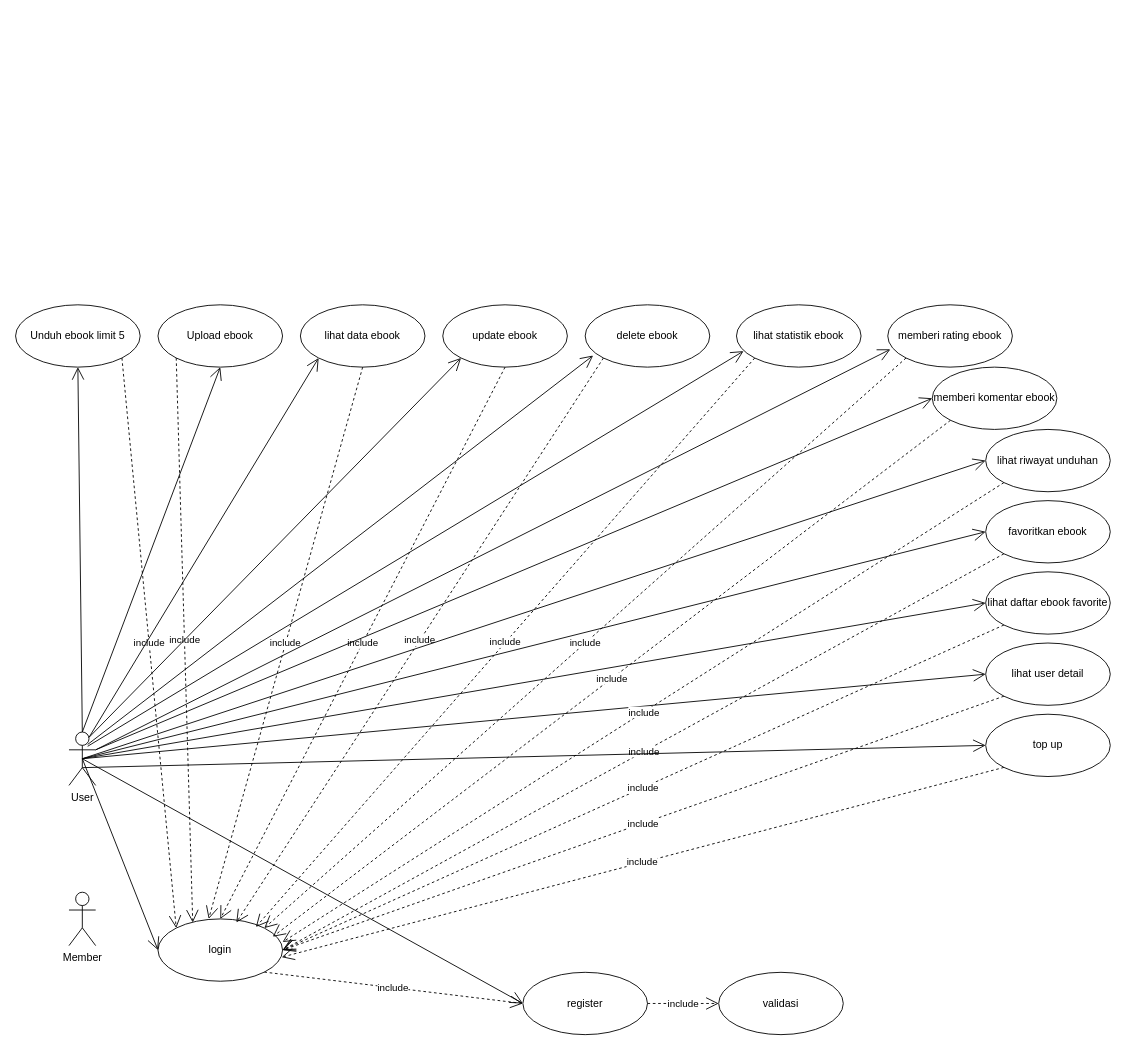
The draw.io diagram Use Case ebshare.drawio in zaenal-abidin-syah/diagram, before the edit. Source tidied: cells renumbered, new cells numbered last; positions are measured from the earlier drawing's top-left corner, leaving out a move shared by most shapes. Both pictures are drawn from the tidied source at 89%, with x=0, y=0 at pixel (15, 304).
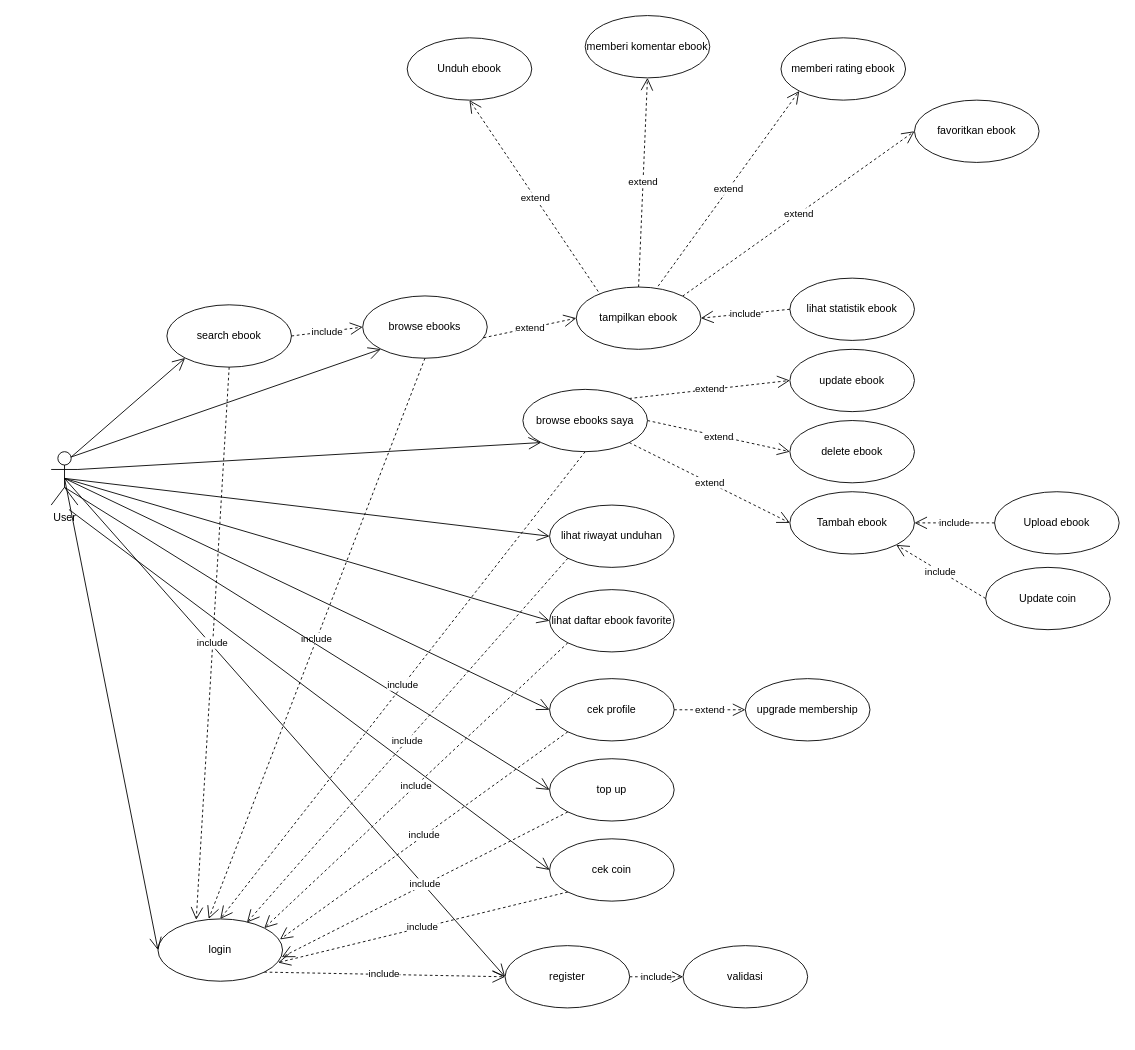
The same diagram, later.

The change refers to these unchanged cells:
```xml
<mxCell id="6" value="login" style="ellipse;whiteSpace=wrap;html=1;" parent="1" vertex="1">
  <mxGeometry x="160" y="690" width="140" height="70" as="geometry" />
</mxCell>
```

Change to the diagram source:
```diff
@@
     <mxCell id="2" value="User" style="shape=umlActor;verticalLabelPosition=bottom;verticalAlign=top;html=1;" parent="1" vertex="1">
-      <mxGeometry x="60" y="480" width="30" height="60" as="geometry" />
+      <mxGeometry x="40" y="165" width="30" height="60" as="geometry" />
     </mxCell>
-    <mxCell id="3" value="Unduh ebook limit 5" style="ellipse;whiteSpace=wrap;html=1;" parent="1" vertex="1">
-      <mxGeometry width="140" height="70" as="geometry" />
+    <mxCell id="3" value="Unduh ebook" style="ellipse;whiteSpace=wrap;html=1;" parent="1" vertex="1">
+      <mxGeometry x="440" y="-300" width="140" height="70" as="geometry" />
     </mxCell>
-    <mxCell id="4" value="Upload&lt;span style=&quot;background-color: initial;&quot;&gt;&amp;nbsp;ebook&lt;/span&gt;" style="ellipse;whiteSpace=wrap;html=1;" parent="1" vertex="1">
-      <mxGeometry x="160" width="140" height="70" as="geometry" />
-    </mxCell>
-    <mxCell id="5" value="Member" style="shape=umlActor;verticalLabelPosition=bottom;verticalAlign=top;html=1;" parent="1" vertex="1">
-      <mxGeometry x="60" y="660" width="30" height="60" as="geometry" />
-    </mxCell>
@@
-    <mxCell id="7" style="endArrow=open;endFill=1;endSize=12;html=1;rounded=0;exitX=0.5;exitY=0;exitDx=0;exitDy=0;exitPerimeter=0;entryX=0.5;entryY=1;entryDx=0;entryDy=0;" parent="1" edge="1" source="2" target="3">
-      <mxGeometry relative="1" as="geometry" />
-    </mxCell>
     <mxCell id="8" value="register" style="ellipse;whiteSpace=wrap;html=1;" parent="1" vertex="1">
-      <mxGeometry x="570" y="750" width="140" height="70" as="geometry" />
+      <mxGeometry x="550" y="720" width="140" height="70" as="geometry" />
     </mxCell>
@@
-    <mxCell id="11" value="include" style="endArrow=open;endSize=12;dashed=1;html=1;rounded=0;exitX=1;exitY=1;exitDx=0;exitDy=0;entryX=0;entryY=0;entryDx=0;entryDy=0;" parent="1" edge="1" source="3" target="6">
-      <mxGeometry relative="1" as="geometry" />
-    </mxCell>
-    <mxCell id="12" style="endArrow=open;endFill=1;endSize=12;html=1;rounded=0;exitX=0.5;exitY=0;exitDx=0;exitDy=0;exitPerimeter=0;entryX=0.5;entryY=1;entryDx=0;entryDy=0;" parent="1" edge="1" source="2" target="4">
-      <mxGeometry relative="1" as="geometry" />
-    </mxCell>
-    <mxCell id="13" value="include" style="endArrow=open;endSize=12;dashed=1;html=1;rounded=0;exitX=0;exitY=1;exitDx=0;exitDy=0;entryX=0.279;entryY=0.057;entryDx=0;entryDy=0;entryPerimeter=0;" parent="1" edge="1" source="4" target="6">
-      <mxGeometry relative="1" as="geometry" />
-    </mxCell>
@@
     <mxCell id="15" value="validasi" style="ellipse;whiteSpace=wrap;html=1;" parent="1" vertex="1">
-      <mxGeometry x="790" y="750" width="140" height="70" as="geometry" />
+      <mxGeometry x="750" y="720" width="140" height="70" as="geometry" />
     </mxCell>
@@
-    <mxCell id="17" value="lihat data ebook" style="ellipse;whiteSpace=wrap;html=1;" parent="1" vertex="1">
-      <mxGeometry x="320" width="140" height="70" as="geometry" />
+    <mxCell id="17" value="browse ebooks" style="ellipse;whiteSpace=wrap;html=1;" parent="1" vertex="1">
+      <mxGeometry x="390" y="-10" width="140" height="70" as="geometry" />
     </mxCell>
@@
-    <mxCell id="20" value="lihat user detail" style="ellipse;whiteSpace=wrap;html=1;" parent="1" vertex="1">
-      <mxGeometry x="1090" y="380" width="140" height="70" as="geometry" />
+    <mxCell id="20" value="cek profile" style="ellipse;whiteSpace=wrap;html=1;" parent="1" vertex="1">
+      <mxGeometry x="600" y="420" width="140" height="70" as="geometry" />
     </mxCell>
@@
-    <mxCell id="22" value="include" style="endArrow=open;endSize=12;dashed=1;html=1;rounded=0;exitX=0;exitY=1;exitDx=0;exitDy=0;entryX=1;entryY=0.5;entryDx=0;entryDy=0;" parent="1" edge="1" source="20" target="6">
+    <mxCell id="22" value="include" style="endArrow=open;endSize=12;dashed=1;html=1;rounded=0;exitX=0;exitY=1;exitDx=0;exitDy=0;entryX=0.979;entryY=0.329;entryDx=0;entryDy=0;entryPerimeter=0;" parent="1" edge="1" source="20" target="6">
       <mxGeometry relative="1" as="geometry" />
     </mxCell>
     <mxCell id="23" value="update ebook" style="ellipse;whiteSpace=wrap;html=1;" parent="1" vertex="1">
-      <mxGeometry x="480" width="140" height="70" as="geometry" />
+      <mxGeometry x="870" y="50" width="140" height="70" as="geometry" />
     </mxCell>
-    <mxCell id="24" style="endArrow=open;endFill=1;endSize=12;html=1;rounded=0;entryX=0;entryY=1;entryDx=0;entryDy=0;exitX=0.75;exitY=0.1;exitDx=0;exitDy=0;exitPerimeter=0;" parent="1" edge="1" source="2" target="23">
-      <mxGeometry relative="1" as="geometry" />
-    </mxCell>
-    <mxCell id="25" value="include" style="endArrow=open;endSize=12;dashed=1;html=1;rounded=0;exitX=0.5;exitY=1;exitDx=0;exitDy=0;entryX=0.5;entryY=0;entryDx=0;entryDy=0;" parent="1" edge="1" source="23" target="6">
-      <mxGeometry relative="1" as="geometry" />
-    </mxCell>
     <mxCell id="26" value="delete ebook" style="ellipse;whiteSpace=wrap;html=1;" parent="1" vertex="1">
-      <mxGeometry x="640" width="140" height="70" as="geometry" />
+      <mxGeometry x="870" y="130" width="140" height="70" as="geometry" />
     </mxCell>
-    <mxCell id="27" style="endArrow=open;endFill=1;endSize=12;html=1;rounded=0;entryX=0.064;entryY=0.814;entryDx=0;entryDy=0;exitX=0.7;exitY=0.233;exitDx=0;exitDy=0;exitPerimeter=0;entryPerimeter=0;" parent="1" edge="1" source="2" target="26">
-      <mxGeometry relative="1" as="geometry" />
-    </mxCell>
-    <mxCell id="28" value="include" style="endArrow=open;endSize=12;dashed=1;html=1;rounded=0;exitX=0;exitY=1;exitDx=0;exitDy=0;entryX=0.629;entryY=0.057;entryDx=0;entryDy=0;entryPerimeter=0;" parent="1" edge="1" source="26" target="6">
-      <mxGeometry relative="1" as="geometry" />
-    </mxCell>
     <mxCell id="29" value="lihat statistik ebook" style="ellipse;whiteSpace=wrap;html=1;" parent="1" vertex="1">
-      <mxGeometry x="810" width="140" height="70" as="geometry" />
+      <mxGeometry x="870" y="-30" width="140" height="70" as="geometry" />
     </mxCell>
-    <mxCell id="30" style="endArrow=open;endFill=1;endSize=12;html=1;rounded=0;entryX=0.057;entryY=0.743;entryDx=0;entryDy=0;exitX=0.7;exitY=0.267;exitDx=0;exitDy=0;exitPerimeter=0;entryPerimeter=0;" parent="1" edge="1" source="2" target="29">
-      <mxGeometry relative="1" as="geometry" />
-    </mxCell>
-    <mxCell id="31" value="include" style="endArrow=open;endSize=12;dashed=1;html=1;rounded=0;exitX=0;exitY=1;exitDx=0;exitDy=0;entryX=0.786;entryY=0.129;entryDx=0;entryDy=0;entryPerimeter=0;" parent="1" edge="1" source="29" target="6">
-      <mxGeometry relative="1" as="geometry" />
-    </mxCell>
     <mxCell id="32" value="memberi rating ebook" style="ellipse;whiteSpace=wrap;html=1;" parent="1" vertex="1">
-      <mxGeometry x="980" width="140" height="70" as="geometry" />
+      <mxGeometry x="860" y="-300" width="140" height="70" as="geometry" />
     </mxCell>
-    <mxCell id="33" style="endArrow=open;endFill=1;endSize=12;html=1;rounded=0;entryX=0.021;entryY=0.714;entryDx=0;entryDy=0;exitX=1;exitY=0.3333333333333333;exitDx=0;exitDy=0;exitPerimeter=0;entryPerimeter=0;" parent="1" edge="1" source="2" target="32">
-      <mxGeometry relative="1" as="geometry" />
-    </mxCell>
-    <mxCell id="34" value="include" style="endArrow=open;endSize=12;dashed=1;html=1;rounded=0;exitX=0;exitY=1;exitDx=0;exitDy=0;entryX=1;entryY=0;entryDx=0;entryDy=0;" parent="1" edge="1" source="32" target="6">
-      <mxGeometry relative="1" as="geometry" />
-    </mxCell>
     <mxCell id="35" value="lihat riwayat unduhan" style="ellipse;whiteSpace=wrap;html=1;" parent="1" vertex="1">
-      <mxGeometry x="1090" y="140" width="140" height="70" as="geometry" />
+      <mxGeometry x="600" y="225" width="140" height="70" as="geometry" />
     </mxCell>
@@
-    <mxCell id="37" value="include" style="endArrow=open;endSize=12;dashed=1;html=1;rounded=0;exitX=0;exitY=1;exitDx=0;exitDy=0;entryX=1;entryY=0.371;entryDx=0;entryDy=0;entryPerimeter=0;" parent="1" edge="1" source="35" target="6">
+    <mxCell id="37" value="include" style="endArrow=open;endSize=12;dashed=1;html=1;rounded=0;exitX=0;exitY=1;exitDx=0;exitDy=0;entryX=0.714;entryY=0.057;entryDx=0;entryDy=0;entryPerimeter=0;" parent="1" edge="1" source="35" target="6">
       <mxGeometry relative="1" as="geometry" />
     </mxCell>
     <mxCell id="38" value="memberi komentar ebook" style="ellipse;whiteSpace=wrap;html=1;" parent="1" vertex="1">
-      <mxGeometry x="1030" y="70" width="140" height="70" as="geometry" />
+      <mxGeometry x="640" y="-325" width="140" height="70" as="geometry" />
     </mxCell>
-    <mxCell id="39" style="endArrow=open;endFill=1;endSize=12;html=1;rounded=0;entryX=0;entryY=0.5;entryDx=0;entryDy=0;" parent="1" edge="1" target="38">
-      <mxGeometry relative="1" as="geometry">
-        <mxPoint x="90" y="500" as="sourcePoint" />
-      </mxGeometry>
-    </mxCell>
-    <mxCell id="40" value="include" style="endArrow=open;endSize=12;dashed=1;html=1;rounded=0;exitX=0;exitY=1;exitDx=0;exitDy=0;entryX=1;entryY=0;entryDx=0;entryDy=0;" parent="1" edge="1" source="38">
-      <mxGeometry relative="1" as="geometry">
-        <mxPoint x="289" y="710" as="targetPoint" />
-      </mxGeometry>
-    </mxCell>
     <mxCell id="41" value="favoritkan ebook" style="ellipse;whiteSpace=wrap;html=1;" parent="1" vertex="1">
-      <mxGeometry x="1090" y="220" width="140" height="70" as="geometry" />
+      <mxGeometry x="1010" y="-230" width="140" height="70" as="geometry" />
     </mxCell>
-    <mxCell id="42" style="endArrow=open;endFill=1;endSize=12;html=1;rounded=0;entryX=0;entryY=0.5;entryDx=0;entryDy=0;exitX=0.5;exitY=0.5;exitDx=0;exitDy=0;exitPerimeter=0;" parent="1" edge="1" source="2" target="41">
-      <mxGeometry relative="1" as="geometry" />
-    </mxCell>
-    <mxCell id="43" value="include" style="endArrow=open;endSize=12;dashed=1;html=1;rounded=0;exitX=0;exitY=1;exitDx=0;exitDy=0;entryX=1;entryY=0.5;entryDx=0;entryDy=0;" parent="1" edge="1" source="41" target="6">
-      <mxGeometry relative="1" as="geometry" />
-    </mxCell>
     <mxCell id="44" value="lihat daftar ebook favorite" style="ellipse;whiteSpace=wrap;html=1;" parent="1" vertex="1">
-      <mxGeometry x="1090" y="300" width="140" height="70" as="geometry" />
+      <mxGeometry x="600" y="320" width="140" height="70" as="geometry" />
     </mxCell>
@@
-    <mxCell id="46" value="include" style="endArrow=open;endSize=12;dashed=1;html=1;rounded=0;exitX=0;exitY=1;exitDx=0;exitDy=0;entryX=1;entryY=0.5;entryDx=0;entryDy=0;" parent="1" edge="1" source="44" target="6">
+    <mxCell id="46" value="include" style="endArrow=open;endSize=12;dashed=1;html=1;rounded=0;exitX=0;exitY=1;exitDx=0;exitDy=0;entryX=1;entryY=0;entryDx=0;entryDy=0;" parent="1" edge="1" source="44" target="6">
       <mxGeometry relative="1" as="geometry" />
     </mxCell>
     <mxCell id="47" value="top up" style="ellipse;whiteSpace=wrap;html=1;" parent="1" vertex="1">
-      <mxGeometry x="1090" y="460" width="140" height="70" as="geometry" />
+      <mxGeometry x="600" y="510" width="140" height="70" as="geometry" />
     </mxCell>
@@
+    <mxCell id="50" value="search ebook" style="ellipse;whiteSpace=wrap;html=1;" parent="1" vertex="1">
+      <mxGeometry x="170" width="140" height="70" as="geometry" />
+    </mxCell>
+    <mxCell id="51" style="endArrow=open;endFill=1;endSize=12;html=1;rounded=0;exitX=0.75;exitY=0.1;exitDx=0;exitDy=0;exitPerimeter=0;entryX=0;entryY=1;entryDx=0;entryDy=0;" parent="1" edge="1" source="2" target="50">
+      <mxGeometry relative="1" as="geometry" />
+    </mxCell>
+    <mxCell id="52" value="include" style="endArrow=open;endSize=12;dashed=1;html=1;rounded=0;exitX=0.5;exitY=1;exitDx=0;exitDy=0;entryX=0.307;entryY=0.014;entryDx=0;entryDy=0;entryPerimeter=0;" parent="1" edge="1" source="50" target="6">
+      <mxGeometry relative="1" as="geometry" />
+    </mxCell>
+    <mxCell id="53" value="extend" style="endArrow=open;endSize=12;dashed=1;html=1;rounded=0;exitX=0.2;exitY=0.143;exitDx=0;exitDy=0;entryX=0.5;entryY=1;entryDx=0;entryDy=0;exitPerimeter=0;" parent="1" edge="1" source="66" target="3">
+      <mxGeometry relative="1" as="geometry" />
+    </mxCell>
+    <mxCell id="54" value="extend" style="endArrow=open;endSize=12;dashed=1;html=1;rounded=0;exitX=0.5;exitY=0;exitDx=0;exitDy=0;entryX=0.5;entryY=1;entryDx=0;entryDy=0;" parent="1" edge="1" source="66" target="38">
+      <mxGeometry relative="1" as="geometry" />
+    </mxCell>
+    <mxCell id="55" value="extend" style="endArrow=open;endSize=12;dashed=1;html=1;rounded=0;entryX=0;entryY=1;entryDx=0;entryDy=0;exitX=0.657;exitY=-0.014;exitDx=0;exitDy=0;exitPerimeter=0;" parent="1" edge="1" source="66" target="32">
+      <mxGeometry relative="1" as="geometry" />
+    </mxCell>
+    <mxCell id="56" value="extend" style="endArrow=open;endSize=12;dashed=1;html=1;rounded=0;entryX=0;entryY=0.5;entryDx=0;entryDy=0;exitX=1;exitY=0;exitDx=0;exitDy=0;" parent="1" edge="1" source="61" target="23">
+      <mxGeometry relative="1" as="geometry" />
+    </mxCell>
+    <mxCell id="57" value="extend" style="endArrow=open;endSize=12;dashed=1;html=1;rounded=0;entryX=0;entryY=0.5;entryDx=0;entryDy=0;exitX=1;exitY=0.5;exitDx=0;exitDy=0;" parent="1" edge="1" source="61" target="26">
+      <mxGeometry relative="1" as="geometry" />
+    </mxCell>
+    <mxCell id="58" value="include" style="endArrow=open;endSize=12;dashed=1;html=1;rounded=0;exitX=1;exitY=0.5;exitDx=0;exitDy=0;entryX=0;entryY=0.5;entryDx=0;entryDy=0;" parent="1" edge="1" source="50" target="17">
+      <mxGeometry relative="1" as="geometry" />
+    </mxCell>
+    <mxCell id="59" value="include" style="endArrow=open;endSize=12;dashed=1;html=1;rounded=0;exitX=0;exitY=0.5;exitDx=0;exitDy=0;entryX=1;entryY=0.5;entryDx=0;entryDy=0;" parent="1" edge="1" source="29" target="66">
+      <mxGeometry relative="1" as="geometry" />
+    </mxCell>
+    <mxCell id="60" value="extend" style="endArrow=open;endSize=12;dashed=1;html=1;rounded=0;entryX=0;entryY=0.5;entryDx=0;entryDy=0;exitX=1;exitY=0;exitDx=0;exitDy=0;" parent="1" edge="1" source="66" target="41">
+      <mxGeometry relative="1" as="geometry" />
+    </mxCell>
+    <mxCell id="61" value="browse ebooks saya" style="ellipse;whiteSpace=wrap;html=1;" parent="1" vertex="1">
+      <mxGeometry x="570" y="95" width="140" height="70" as="geometry" />
+    </mxCell>
+    <mxCell id="62" style="endArrow=open;endFill=1;endSize=12;html=1;rounded=0;entryX=0;entryY=1;entryDx=0;entryDy=0;exitX=1;exitY=0.3333333333333333;exitDx=0;exitDy=0;exitPerimeter=0;" parent="1" edge="1" source="2" target="61">
+      <mxGeometry relative="1" as="geometry" />
+    </mxCell>
+    <mxCell id="25" value="include" style="endArrow=open;endSize=12;dashed=1;html=1;rounded=0;exitX=0.5;exitY=1;exitDx=0;exitDy=0;entryX=0.5;entryY=0;entryDx=0;entryDy=0;" parent="1" edge="1" source="61" target="6">
+      <mxGeometry relative="1" as="geometry" />
+    </mxCell>
+    <mxCell id="63" value="Tambah ebook" style="ellipse;whiteSpace=wrap;html=1;" parent="1" vertex="1">
+      <mxGeometry x="870" y="210" width="140" height="70" as="geometry" />
+    </mxCell>
+    <mxCell id="64" value="extend" style="endArrow=open;endSize=12;dashed=1;html=1;rounded=0;entryX=0;entryY=0.5;entryDx=0;entryDy=0;exitX=1;exitY=1;exitDx=0;exitDy=0;" parent="1" edge="1" source="61" target="63">
+      <mxGeometry relative="1" as="geometry" />
+    </mxCell>
+    <mxCell id="4" value="Upload ebook" style="ellipse;whiteSpace=wrap;html=1;" parent="1" vertex="1">
+      <mxGeometry x="1100" y="210" width="140" height="70" as="geometry" />
+    </mxCell>
+    <mxCell id="65" value="include" style="endArrow=open;endSize=12;dashed=1;html=1;rounded=0;entryX=1;entryY=0.5;entryDx=0;entryDy=0;exitX=0;exitY=0.5;exitDx=0;exitDy=0;" parent="1" edge="1" source="4" target="63">
+      <mxGeometry relative="1" as="geometry" />
+    </mxCell>
+    <mxCell id="66" value="tampilkan ebook" style="ellipse;whiteSpace=wrap;html=1;" parent="1" vertex="1">
+      <mxGeometry x="630" y="-20" width="140" height="70" as="geometry" />
+    </mxCell>
+    <mxCell id="67" value="extend" style="endArrow=open;endSize=12;dashed=1;html=1;rounded=0;entryX=0;entryY=0.5;entryDx=0;entryDy=0;exitX=0.971;exitY=0.671;exitDx=0;exitDy=0;exitPerimeter=0;" parent="1" edge="1" source="17" target="66">
+      <mxGeometry relative="1" as="geometry" />
+    </mxCell>
+    <mxCell id="68" value="upgrade membership" style="ellipse;whiteSpace=wrap;html=1;" parent="1" vertex="1">
+      <mxGeometry x="820" y="420" width="140" height="70" as="geometry" />
+    </mxCell>
+    <mxCell id="69" value="Update coin" style="ellipse;whiteSpace=wrap;html=1;" parent="1" vertex="1">
+      <mxGeometry x="1090" y="295" width="140" height="70" as="geometry" />
+    </mxCell>
+    <mxCell id="70" value="include" style="endArrow=open;endSize=12;dashed=1;html=1;rounded=0;entryX=1;entryY=1;entryDx=0;entryDy=0;exitX=0;exitY=0.5;exitDx=0;exitDy=0;" parent="1" edge="1" source="69" target="63">
+      <mxGeometry relative="1" as="geometry" />
+    </mxCell>
+    <mxCell id="71" value="extend" style="endArrow=open;endSize=12;dashed=1;html=1;rounded=0;entryX=0;entryY=0.5;entryDx=0;entryDy=0;exitX=1;exitY=0.5;exitDx=0;exitDy=0;" parent="1" edge="1" source="20" target="68">
+      <mxGeometry relative="1" as="geometry" />
+    </mxCell>
+    <mxCell id="72" value="cek coin" style="ellipse;whiteSpace=wrap;html=1;" parent="1" vertex="1">
+      <mxGeometry x="600" y="600" width="140" height="70" as="geometry" />
+    </mxCell>
+    <mxCell id="73" style="endArrow=open;endFill=1;endSize=12;html=1;rounded=0;entryX=0;entryY=0.5;entryDx=0;entryDy=0;" parent="1" edge="1" target="72">
+      <mxGeometry relative="1" as="geometry">
+        <mxPoint x="60" y="230" as="sourcePoint" />
+      </mxGeometry>
+    </mxCell>
+    <mxCell id="74" value="include" style="endArrow=open;endSize=12;dashed=1;html=1;rounded=0;exitX=0;exitY=1;exitDx=0;exitDy=0;entryX=0.964;entryY=0.7;entryDx=0;entryDy=0;entryPerimeter=0;" parent="1" edge="1" source="72" target="6">
+      <mxGeometry relative="1" as="geometry" />
+    </mxCell>
```
